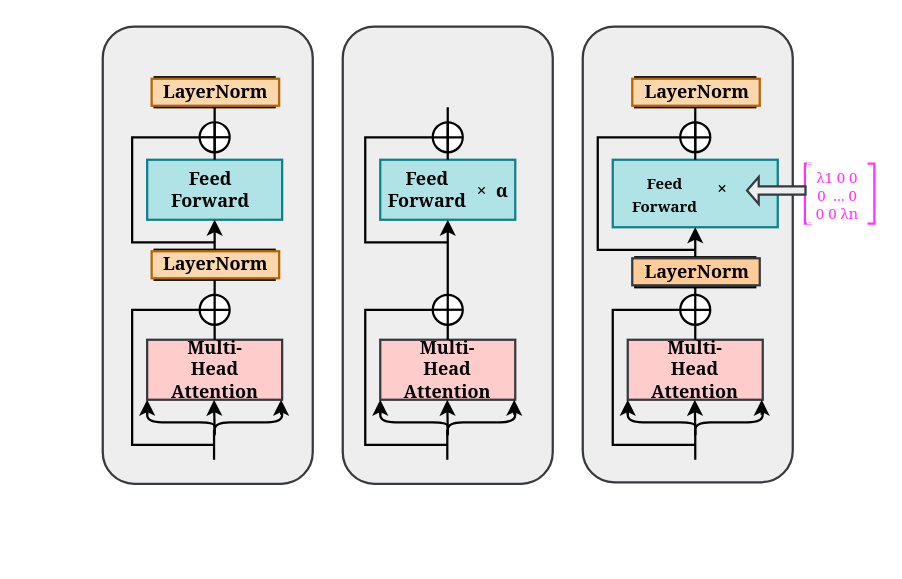
This is page "Page-1" (1 of 2) of Untitled Diagram.drawio from 628014/628014.github.io, a draw.io file, before an edit. Source tidied: cells renumbered, new cells numbered last; positions are measured from the earlier drawing's top-left corner, leaving out a move shared by most shapes. Both pictures are drawn from the tidied source at 150%, with x=0, y=0 at pixel (102, 26).
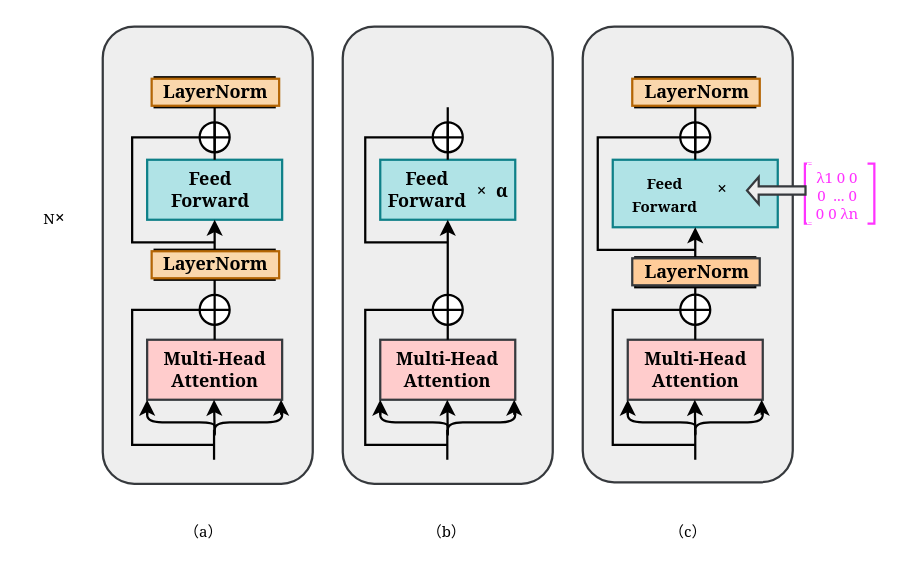
The same diagram, later.

Change to the diagram source:
```diff
@@
     <mxCell id="23" value="Multi-Head Attention&lt;br&gt;" style="text;html=1;strokeColor=none;fillColor=none;align=center;verticalAlign=middle;whiteSpace=wrap;rounded=0;fontFamily=Georgia;strokeWidth=1.5;fontStyle=1;" parent="1" vertex="1">
-      <mxGeometry x="39.6" y="219" width="70" height="20" as="geometry" />
+      <mxGeometry x="34.9" y="219" width="80.4" height="20" as="geometry" />
     </mxCell>
@@
     <mxCell id="43" value="Multi-Head Attention&lt;br&gt;" style="text;html=1;strokeColor=none;fillColor=none;align=center;verticalAlign=middle;whiteSpace=wrap;rounded=0;fontFamily=Georgia;strokeWidth=1.5;fontStyle=1;" parent="1" vertex="1">
-      <mxGeometry x="195" y="219" width="70" height="20" as="geometry" />
+      <mxGeometry x="190" y="219" width="80" height="20" as="geometry" />
     </mxCell>
@@
     <mxCell id="64" value="Multi-Head Attention&lt;br&gt;" style="text;html=1;strokeColor=none;fillColor=none;align=center;verticalAlign=middle;whiteSpace=wrap;rounded=0;fontFamily=Georgia;strokeWidth=1.5;fontStyle=1;" parent="1" vertex="1">
-      <mxGeometry x="360" y="219" width="70" height="20" as="geometry" />
+      <mxGeometry x="356" y="219" width="79" height="20" as="geometry" />
     </mxCell>
@@
+    <mxCell id="73" value="（a）" style="text;html=1;strokeColor=none;fillColor=none;align=center;verticalAlign=middle;whiteSpace=wrap;rounded=0;fontFamily=Georgia;fontSize=10;fontColor=#000000;" parent="1" vertex="1">
+      <mxGeometry x="18.2" y="321" width="99.4" height="30" as="geometry" />
+    </mxCell>
+    <mxCell id="74" value="（b）" style="text;html=1;strokeColor=none;fillColor=none;align=center;verticalAlign=middle;whiteSpace=wrap;rounded=0;fontFamily=Georgia;fontSize=10;fontColor=#000000;" parent="1" vertex="1">
+      <mxGeometry x="180.3" y="321" width="99.4" height="30" as="geometry" />
+    </mxCell>
+    <mxCell id="75" value="（c）" style="text;html=1;strokeColor=none;fillColor=none;align=center;verticalAlign=middle;whiteSpace=wrap;rounded=0;fontFamily=Georgia;fontSize=10;fontColor=#000000;" parent="1" vertex="1">
+      <mxGeometry x="340.6" y="321" width="99.4" height="30" as="geometry" />
+    </mxCell>
+    <mxCell id="76" value="N&lt;i style=&quot;font-size: 12px ; font-weight: 700&quot;&gt;×&lt;/i&gt;" style="text;html=1;strokeColor=none;fillColor=none;align=center;verticalAlign=middle;whiteSpace=wrap;rounded=0;fontFamily=Georgia;fontSize=10;fontColor=#000000;" parent="1" vertex="1">
+      <mxGeometry x="-51" y="113.4" width="38" height="30" as="geometry" />
+    </mxCell>
```
